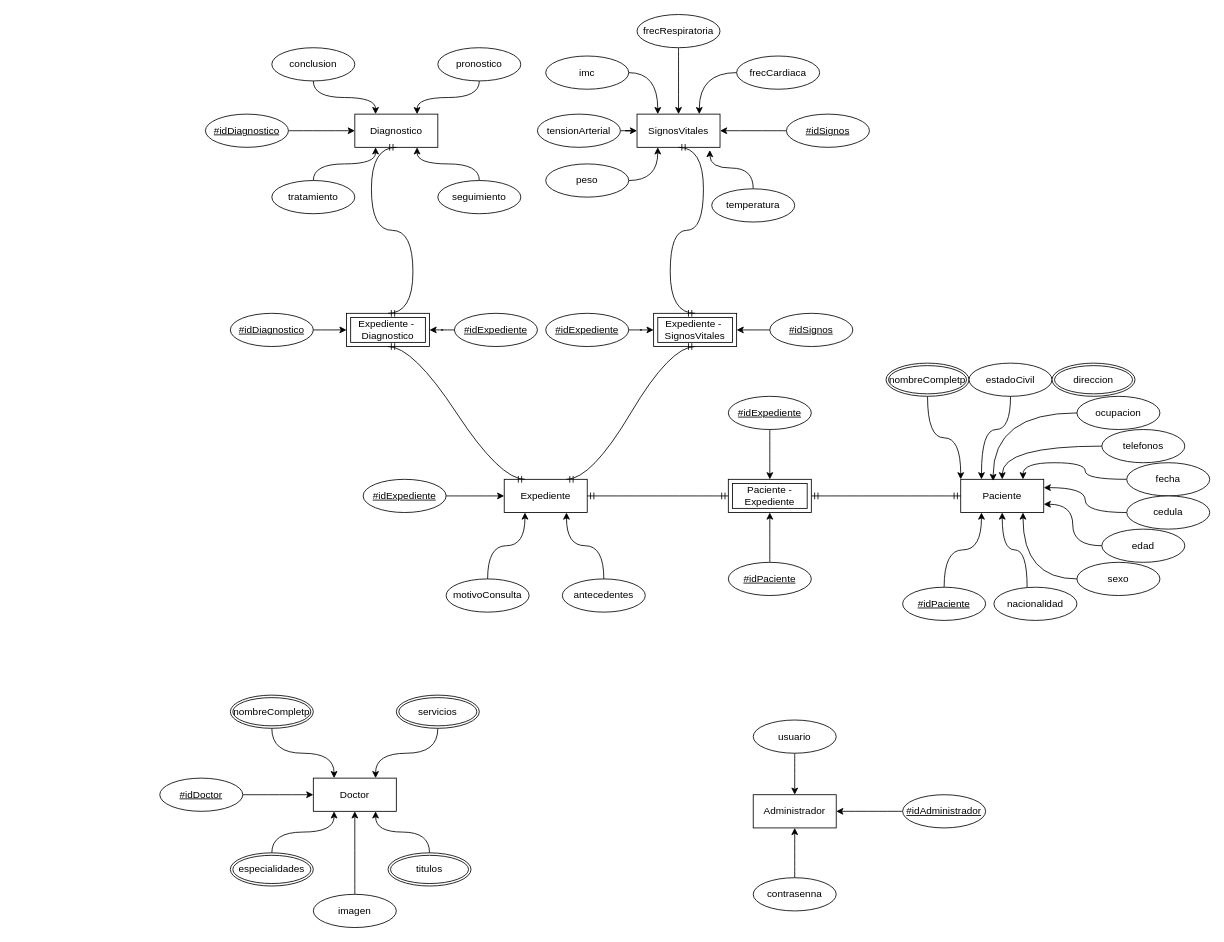
GaboSO21/ClinicaSalvus keeps this draw.io diagram as diagrama/diagramaSalvus.drawio. Above is the earlier version. Source tidied: cells renumbered, new cells numbered last; positions are measured from the earlier drawing's top-left corner, leaving out a move shared by most shapes. Both pictures are drawn from the tidied source at 83%, with x=0, y=0 at pixel (159, 14).
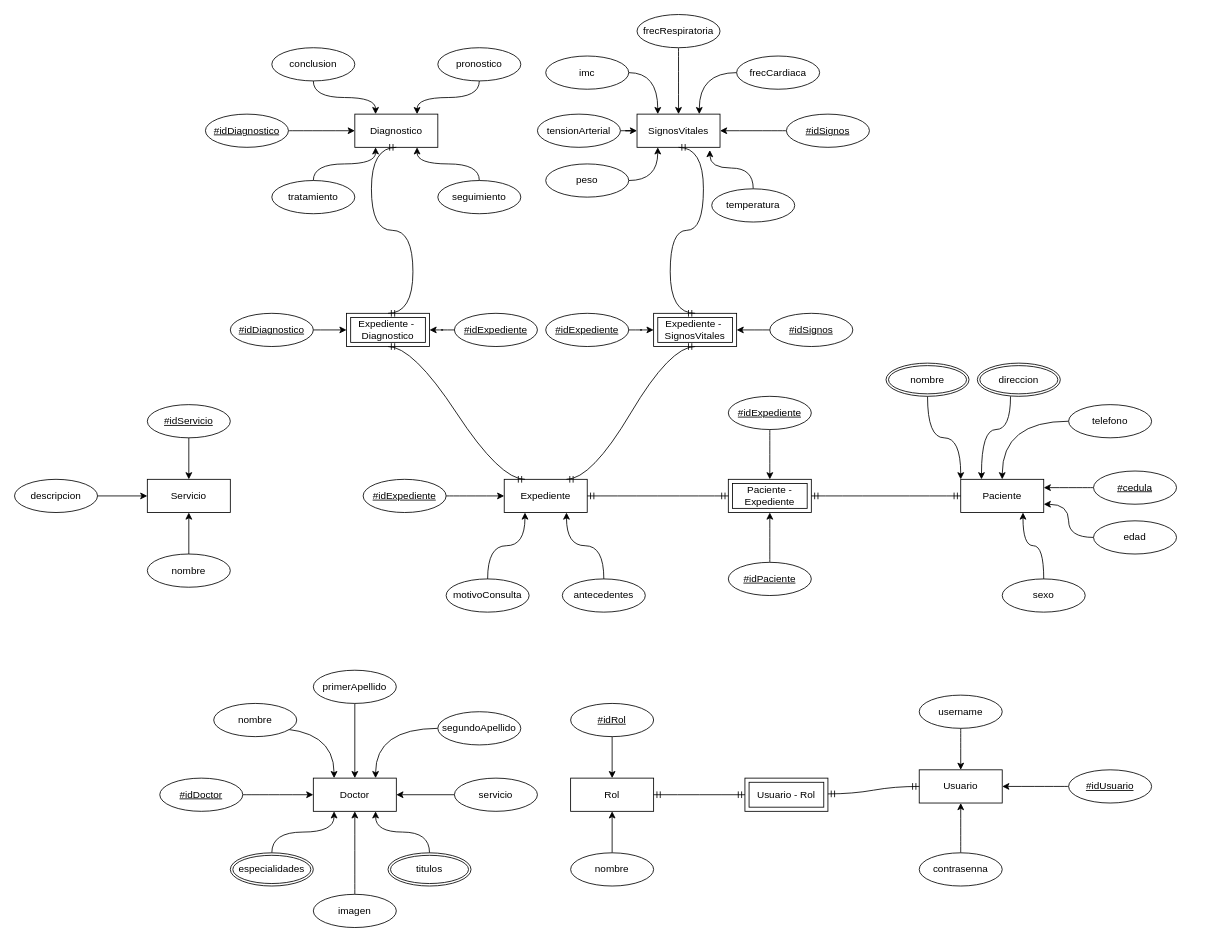
Above is the later version.

Commit message (it also covers changes not shown here):
Diagrama correcto

The change refers to these unchanged cells:
```xml
<mxCell id="2" value="Doctor" style="whiteSpace=wrap;html=1;align=center;" parent="1" vertex="1">
  <mxGeometry x="185" y="920" width="100" height="40" as="geometry" />
</mxCell>
<mxCell id="3" value="Paciente" style="whiteSpace=wrap;html=1;align=center;" parent="1" vertex="1">
  <mxGeometry x="965" y="560" width="100" height="40" as="geometry" />
</mxCell>
```

The edit, as a diff of the source:
```diff
@@
-    <mxCell id="5" value="Administrador" style="whiteSpace=wrap;html=1;align=center;" parent="1" vertex="1">
-      <mxGeometry x="715" y="940" width="100" height="40" as="geometry" />
+    <mxCell id="5" value="Usuario" style="whiteSpace=wrap;html=1;align=center;" parent="1" vertex="1">
+      <mxGeometry x="915" y="910" width="100" height="40" as="geometry" />
     </mxCell>
-    <mxCell id="6" style="edgeStyle=orthogonalEdgeStyle;jettySize=auto;html=1;entryX=0.25;entryY=1;entryDx=0;entryDy=0;curved=1;" parent="1" edge="1" source="7" target="3">
-      <mxGeometry relative="1" as="geometry" />
-    </mxCell>
-    <mxCell id="7" value="#idPaciente" style="ellipse;whiteSpace=wrap;html=1;align=center;fontStyle=4;" parent="1" vertex="1">
-      <mxGeometry x="895" y="690" width="100" height="40" as="geometry" />
-    </mxCell>
-    <mxCell id="8" style="edgeStyle=orthogonalEdgeStyle;curved=1;jettySize=auto;html=1;entryX=0.75;entryY=0;entryDx=0;entryDy=0;strokeColor=default;" parent="1" edge="1" source="9" target="3">
-      <mxGeometry relative="1" as="geometry" />
-    </mxCell>
-    <mxCell id="9" value="fecha" style="ellipse;whiteSpace=wrap;html=1;align=center;" parent="1" vertex="1">
-      <mxGeometry x="1165" y="540" width="100" height="40" as="geometry" />
-    </mxCell>
@@
     <mxCell id="11" value="edad" style="ellipse;whiteSpace=wrap;html=1;align=center;" parent="1" vertex="1">
-      <mxGeometry x="1135" y="620" width="100" height="40" as="geometry" />
+      <mxGeometry x="1125" y="610" width="100" height="40" as="geometry" />
     </mxCell>
@@
     <mxCell id="13" value="sexo" style="ellipse;whiteSpace=wrap;html=1;align=center;" parent="1" vertex="1">
-      <mxGeometry x="1105" y="660" width="100" height="40" as="geometry" />
+      <mxGeometry x="1015" y="680" width="100" height="40" as="geometry" />
     </mxCell>
-    <mxCell id="14" style="edgeStyle=orthogonalEdgeStyle;curved=1;jettySize=auto;html=1;entryX=0.5;entryY=1;entryDx=0;entryDy=0;strokeColor=default;" parent="1" edge="1" source="15" target="3">
-      <mxGeometry relative="1" as="geometry">
-        <Array as="points">
-          <mxPoint x="1045" y="645" />
-          <mxPoint x="1015" y="645" />
-        </Array>
-      </mxGeometry>
-    </mxCell>
-    <mxCell id="15" value="nacionalidad" style="ellipse;whiteSpace=wrap;html=1;align=center;" parent="1" vertex="1">
-      <mxGeometry x="1005" y="690" width="100" height="40" as="geometry" />
-    </mxCell>
@@
-    <mxCell id="17" value="nombreCompletp" style="ellipse;shape=doubleEllipse;margin=3;whiteSpace=wrap;html=1;align=center;" parent="1" vertex="1">
+    <mxCell id="17" value="nombre" style="ellipse;shape=doubleEllipse;margin=3;whiteSpace=wrap;html=1;align=center;" parent="1" vertex="1">
       <mxGeometry x="875" y="420" width="100" height="40" as="geometry" />
     </mxCell>
-    <mxCell id="18" style="edgeStyle=orthogonalEdgeStyle;curved=1;jettySize=auto;html=1;strokeColor=default;entryX=0.25;entryY=0;entryDx=0;entryDy=0;" parent="1" edge="1" source="19" target="3">
+    <mxCell id="18" style="edgeStyle=orthogonalEdgeStyle;curved=1;jettySize=auto;html=1;strokeColor=default;entryX=0.25;entryY=0;entryDx=0;entryDy=0;" parent="1" edge="1" target="3">
       <mxGeometry relative="1" as="geometry">
+        <mxPoint x="1025" y="460" as="sourcePoint" />
         <Array as="points">
           <mxPoint x="1025" y="500" />
           <mxPoint x="990" y="500" />
         </Array>
       </mxGeometry>
     </mxCell>
-    <mxCell id="19" value="estadoCivil" style="ellipse;whiteSpace=wrap;html=1;align=center;" parent="1" vertex="1">
-      <mxGeometry x="975" y="420" width="100" height="40" as="geometry" />
-    </mxCell>
-    <mxCell id="20" style="edgeStyle=orthogonalEdgeStyle;jettySize=auto;html=1;strokeColor=default;curved=1;entryX=0.39;entryY=0.05;entryDx=0;entryDy=0;entryPerimeter=0;" parent="1" edge="1" source="21" target="3">
-      <mxGeometry relative="1" as="geometry" />
-    </mxCell>
-    <mxCell id="21" value="ocupacion" style="ellipse;whiteSpace=wrap;html=1;align=center;" parent="1" vertex="1">
-      <mxGeometry x="1105" y="460" width="100" height="40" as="geometry" />
-    </mxCell>
-    <mxCell id="22" style="edgeStyle=orthogonalEdgeStyle;curved=1;jettySize=auto;html=1;entryX=1;entryY=0.25;entryDx=0;entryDy=0;strokeColor=default;" parent="1" edge="1" source="23" target="3">
+    <mxCell id="22" style="edgeStyle=orthogonalEdgeStyle;curved=1;jettySize=auto;html=1;entryX=1;entryY=0.25;entryDx=0;entryDy=0;strokeColor=default;exitX=0;exitY=0.5;exitDx=0;exitDy=0;" parent="1" edge="1" source="98" target="3">
       <mxGeometry relative="1" as="geometry" />
     </mxCell>
-    <mxCell id="23" value="cedula" style="ellipse;whiteSpace=wrap;html=1;align=center;" parent="1" vertex="1">
-      <mxGeometry x="1165" y="580" width="100" height="40" as="geometry" />
-    </mxCell>
@@
-    <mxCell id="25" value="telefonos" style="ellipse;whiteSpace=wrap;html=1;align=center;" parent="1" vertex="1">
-      <mxGeometry x="1135" y="500" width="100" height="40" as="geometry" />
+    <mxCell id="25" value="telefono" style="ellipse;whiteSpace=wrap;html=1;align=center;" parent="1" vertex="1">
+      <mxGeometry x="1095" y="470" width="100" height="40" as="geometry" />
     </mxCell>
     <mxCell id="26" value="direccion" style="ellipse;shape=doubleEllipse;margin=3;whiteSpace=wrap;html=1;align=center;" parent="1" vertex="1">
-      <mxGeometry x="1075" y="420" width="100" height="40" as="geometry" />
+      <mxGeometry x="985" y="420" width="100" height="40" as="geometry" />
     </mxCell>
@@
-    <mxCell id="80" style="edgeStyle=orthogonalEdgeStyle;curved=1;jettySize=auto;html=1;entryX=0.25;entryY=0;entryDx=0;entryDy=0;strokeColor=default;" parent="1" edge="1" source="81" target="2">
-      <mxGeometry relative="1" as="geometry" />
+    <mxCell id="80" style="edgeStyle=orthogonalEdgeStyle;curved=1;jettySize=auto;html=1;entryX=0.25;entryY=0;entryDx=0;entryDy=0;strokeColor=default;" parent="1" edge="1" target="2">
+      <mxGeometry relative="1" as="geometry">
+        <mxPoint x="135" y="860" as="sourcePoint" />
+      </mxGeometry>
     </mxCell>
-    <mxCell id="81" value="nombreCompletp" style="ellipse;shape=doubleEllipse;margin=3;whiteSpace=wrap;html=1;align=center;" parent="1" vertex="1">
-      <mxGeometry x="85" y="820" width="100" height="40" as="geometry" />
-    </mxCell>
-    <mxCell id="82" style="edgeStyle=orthogonalEdgeStyle;curved=1;jettySize=auto;html=1;entryX=0.75;entryY=0;entryDx=0;entryDy=0;strokeColor=default;" parent="1" edge="1" source="83" target="2">
-      <mxGeometry relative="1" as="geometry" />
+    <mxCell id="82" style="edgeStyle=orthogonalEdgeStyle;curved=1;jettySize=auto;html=1;entryX=0.75;entryY=0;entryDx=0;entryDy=0;strokeColor=default;" parent="1" edge="1" target="2">
+      <mxGeometry relative="1" as="geometry">
+        <mxPoint x="335" y="860" as="sourcePoint" />
+      </mxGeometry>
     </mxCell>
-    <mxCell id="83" value="servicios" style="ellipse;shape=doubleEllipse;margin=3;whiteSpace=wrap;html=1;align=center;" parent="1" vertex="1">
-      <mxGeometry x="285" y="820" width="100" height="40" as="geometry" />
-    </mxCell>
@@
-    <mxCell id="91" value="#idAdministrador" style="ellipse;whiteSpace=wrap;html=1;align=center;fontStyle=4;" parent="1" vertex="1">
-      <mxGeometry x="895" y="940" width="100" height="40" as="geometry" />
+    <mxCell id="91" value="#idUsuario" style="ellipse;whiteSpace=wrap;html=1;align=center;fontStyle=4;" parent="1" vertex="1">
+      <mxGeometry x="1095" y="910" width="100" height="40" as="geometry" />
     </mxCell>
@@
-    <mxCell id="93" value="usuario" style="ellipse;whiteSpace=wrap;html=1;align=center;" parent="1" vertex="1">
-      <mxGeometry x="715" y="850" width="100" height="40" as="geometry" />
+    <mxCell id="93" value="username" style="ellipse;whiteSpace=wrap;html=1;align=center;" parent="1" vertex="1">
+      <mxGeometry x="915" y="820" width="100" height="40" as="geometry" />
     </mxCell>
@@
     <mxCell id="95" value="contrasenna" style="ellipse;whiteSpace=wrap;html=1;align=center;" parent="1" vertex="1">
-      <mxGeometry x="715" y="1040" width="100" height="40" as="geometry" />
+      <mxGeometry x="915" y="1010" width="100" height="40" as="geometry" />
     </mxCell>
@@
+    <mxCell id="98" value="#cedula" style="ellipse;whiteSpace=wrap;html=1;align=center;fontStyle=4;" parent="1" vertex="1">
+      <mxGeometry x="1125" y="550" width="100" height="40" as="geometry" />
+    </mxCell>
+    <mxCell id="99" value="Usuario - Rol" style="shape=ext;margin=3;double=1;whiteSpace=wrap;html=1;align=center;" parent="1" vertex="1">
+      <mxGeometry x="705" y="920" width="100" height="40" as="geometry" />
+    </mxCell>
+    <mxCell id="100" style="edgeStyle=entityRelationEdgeStyle;fontSize=12;html=1;endArrow=ERmandOne;startArrow=ERmandOne;strokeColor=default;curved=1;entryX=0;entryY=0.5;entryDx=0;entryDy=0;" parent="1" edge="1" target="5">
+      <mxGeometry relative="1" as="geometry">
+        <mxPoint x="805" y="939" as="sourcePoint" />
+      </mxGeometry>
+    </mxCell>
+    <mxCell id="101" value="Rol" style="whiteSpace=wrap;html=1;align=center;" parent="1" vertex="1">
+      <mxGeometry x="495" y="920" width="100" height="40" as="geometry" />
+    </mxCell>
+    <mxCell id="102" style="edgeStyle=orthogonalEdgeStyle;rounded=0;jettySize=auto;html=1;entryX=0.5;entryY=0;entryDx=0;entryDy=0;" parent="1" edge="1" source="103" target="101">
+      <mxGeometry relative="1" as="geometry" />
+    </mxCell>
+    <mxCell id="103" value="#idRol" style="ellipse;whiteSpace=wrap;html=1;align=center;fontStyle=4;" parent="1" vertex="1">
+      <mxGeometry x="495" y="830" width="100" height="40" as="geometry" />
+    </mxCell>
+    <mxCell id="104" style="edgeStyle=orthogonalEdgeStyle;rounded=0;jettySize=auto;html=1;entryX=0.5;entryY=1;entryDx=0;entryDy=0;" parent="1" edge="1" source="105" target="101">
+      <mxGeometry relative="1" as="geometry" />
+    </mxCell>
+    <mxCell id="105" value="nombre" style="ellipse;whiteSpace=wrap;html=1;align=center;" parent="1" vertex="1">
+      <mxGeometry x="495" y="1010" width="100" height="40" as="geometry" />
+    </mxCell>
+    <mxCell id="106" style="edgeStyle=entityRelationEdgeStyle;fontSize=12;html=1;endArrow=ERmandOne;startArrow=ERmandOne;strokeColor=default;curved=1;entryX=0;entryY=0.5;entryDx=0;entryDy=0;exitX=1;exitY=0.5;exitDx=0;exitDy=0;" parent="1" edge="1" source="101" target="99">
+      <mxGeometry relative="1" as="geometry" />
+    </mxCell>
+    <mxCell id="107" value="nombre" style="ellipse;whiteSpace=wrap;html=1;align=center;" parent="1" vertex="1">
+      <mxGeometry x="65" y="830" width="100" height="40" as="geometry" />
+    </mxCell>
+    <mxCell id="108" style="edgeStyle=orthogonalEdgeStyle;rounded=0;jettySize=auto;html=1;entryX=0.5;entryY=0;entryDx=0;entryDy=0;" parent="1" edge="1" source="109" target="2">
+      <mxGeometry relative="1" as="geometry" />
+    </mxCell>
+    <mxCell id="109" value="primerApellido" style="ellipse;whiteSpace=wrap;html=1;align=center;" parent="1" vertex="1">
+      <mxGeometry x="185" y="790" width="100" height="40" as="geometry" />
+    </mxCell>
+    <mxCell id="110" value="segundoApellido" style="ellipse;whiteSpace=wrap;html=1;align=center;" parent="1" vertex="1">
+      <mxGeometry x="335" y="840" width="100" height="40" as="geometry" />
+    </mxCell>
+    <mxCell id="111" style="edgeStyle=orthogonalEdgeStyle;rounded=0;jettySize=auto;html=1;" parent="1" edge="1" source="112" target="2">
+      <mxGeometry relative="1" as="geometry" />
+    </mxCell>
+    <mxCell id="112" value="servicio" style="ellipse;whiteSpace=wrap;html=1;align=center;" parent="1" vertex="1">
+      <mxGeometry x="355" y="920" width="100" height="40" as="geometry" />
+    </mxCell>
+    <mxCell id="113" value="Servicio" style="whiteSpace=wrap;html=1;align=center;" parent="1" vertex="1">
+      <mxGeometry x="-15" y="560" width="100" height="40" as="geometry" />
+    </mxCell>
+    <mxCell id="114" style="edgeStyle=orthogonalEdgeStyle;rounded=0;jettySize=auto;html=1;entryX=0.5;entryY=0;entryDx=0;entryDy=0;" parent="1" edge="1" source="115" target="113">
+      <mxGeometry relative="1" as="geometry" />
+    </mxCell>
+    <mxCell id="115" value="#idServicio" style="ellipse;whiteSpace=wrap;html=1;align=center;fontStyle=4;" parent="1" vertex="1">
+      <mxGeometry x="-15" y="470" width="100" height="40" as="geometry" />
+    </mxCell>
+    <mxCell id="116" style="edgeStyle=orthogonalEdgeStyle;rounded=0;jettySize=auto;html=1;entryX=0.5;entryY=1;entryDx=0;entryDy=0;" parent="1" edge="1" source="117" target="113">
+      <mxGeometry relative="1" as="geometry" />
+    </mxCell>
+    <mxCell id="117" value="nombre" style="ellipse;whiteSpace=wrap;html=1;align=center;" parent="1" vertex="1">
+      <mxGeometry x="-15" y="650" width="100" height="40" as="geometry" />
+    </mxCell>
+    <mxCell id="118" style="edgeStyle=orthogonalEdgeStyle;rounded=0;jettySize=auto;html=1;entryX=0;entryY=0.5;entryDx=0;entryDy=0;" parent="1" edge="1" source="119" target="113">
+      <mxGeometry relative="1" as="geometry" />
+    </mxCell>
+    <mxCell id="119" value="descripcion" style="ellipse;whiteSpace=wrap;html=1;align=center;" parent="1" vertex="1">
+      <mxGeometry x="-175" y="560" width="100" height="40" as="geometry" />
+    </mxCell>
```
